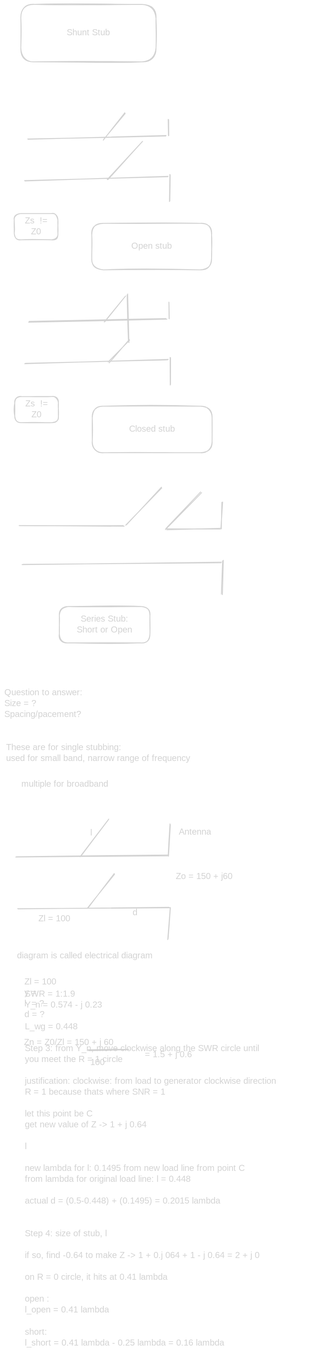
This is rf and microwave.excalidraw.svg from waraunika/Note-7thsem, a Excalidraw export, as it was before one commit. Source tidied: one line per element, renumbered; positions are measured from the earlier drawing's top-left corner, leaving out a move shared by most shapes.
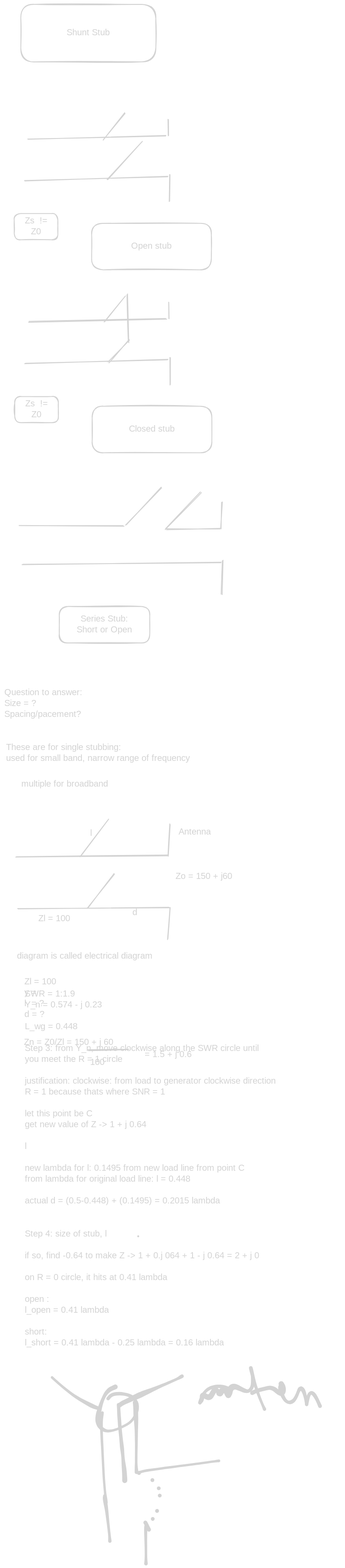
Above is the later version.

Diff of the diagram source:
```diff
@@ -51,3 +51,24 @@
 {"id": 50, "type": "text", "text": "d", "strokeColor": "#1e1e1e", "strokeWidth": 2, "roughness": 1, "fontSize": 20, "fontFamily": 5, "x": 293, "y": 2070, "width": 12, "height": 25}
 {"id": 51, "type": "text", "text": "l", "strokeColor": "#1e1e1e", "strokeWidth": 2, "roughness": 1, "fontSize": 20, "fontFamily": 5, "x": 196, "y": 1888, "width": 4, "height": 25}
 {"id": 52, "type": "text", "text": "diagram is called electrical diagram", "strokeColor": "#1e1e1e", "strokeWidth": 2, "roughness": 1, "fontSize": 20, "fontFamily": 5, "x": 29, "y": 2170, "width": 332, "height": 25}
+{"id": 53, "type": "freedraw", "strokeColor": "#1e1e1e", "strokeWidth": 2, "roughness": 1, "x": 238, "y": 3196, "width": 94, "height": 102, "points": [[0, 0], [4, -8], [13, -11], [29, -12], [44, -9], [57, -3], [68, 11], [68, 31], [57, 49], [46, 59], [22, 70], [7, 75], [-5, 75], [-14, 71], [-20, 64], [-23, 57], [-24, 51], [-24, 44], [-22, 35], [-18, 16], [-11, -2], [-6, -11], [-1, -17], [4, -21], [13, -25], [16, -27]]}
+{"id": 54, "type": "freedraw", "strokeColor": "#1e1e1e", "strokeWidth": 2, "roughness": 1, "x": 225, "y": 3229, "width": 11, "height": 206, "points": [[0, 0], [-1, 0], [-2, 3], [-2, 6], [-2, 11], [-3, 18], [-3, 27], [-2, 39], [-2, 54], [-1, 71], [0, 88], [1, 106], [2, 122], [3, 137], [3, 150], [4, 163], [5, 174], [6, 182], [7, 189], [7, 194], [8, 198], [8, 203], [8, 204], [8, 205], [8, 206], [8, 206]]}
+{"id": 55, "type": "freedraw", "strokeColor": "#1e1e1e", "strokeWidth": 2, "roughness": 1, "x": 299, "y": 3205, "width": 4, "height": 160, "points": [[0, 0], [0, 3], [1, 6], [1, 9], [2, 12], [2, 15], [2, 19], [2, 23], [2, 28], [2, 35], [3, 42], [3, 58], [3, 66], [3, 74], [3, 81], [3, 96], [3, 104], [3, 121], [3, 128], [3, 135], [3, 145], [3, 149], [3, 153], [3, 157], [4, 160], [4, 160]]}
+{"id": 56, "type": "freedraw", "strokeColor": "#1e1e1e", "strokeWidth": 2, "roughness": 1, "x": 262, "y": 3210, "width": 14, "height": 174, "points": [[0, 0], [0, 1], [0, 5], [0, 9], [0, 14], [1, 20], [1, 26], [2, 33], [2, 40], [3, 47], [3, 54], [4, 61], [5, 68], [5, 75], [6, 82], [6, 87], [7, 93], [8, 98], [8, 103], [10, 114], [10, 124], [11, 128], [11, 132], [11, 136], [12, 139], [12, 143], [13, 147], [13, 151], [13, 155], [14, 160], [14, 163], [14, 167], [14, 171], [14, 174], [14, 174]]}
+{"id": 57, "type": "freedraw", "strokeColor": "#1e1e1e", "strokeWidth": 2, "roughness": 1, "x": 309, "y": 3365, "width": 183, "height": 26, "points": [[0, 0], [0, -1], [2, -2], [7, -3], [15, -4], [26, -6], [38, -7], [53, -9], [70, -11], [87, -14], [104, -16], [121, -18], [135, -20], [148, -22], [159, -23], [168, -24], [176, -26], [182, -26], [182, -26]]}
+{"id": 58, "type": "freedraw", "strokeColor": "#1e1e1e", "strokeWidth": 2, "roughness": 1, "x": 308, "y": 3367, "width": 0, "height": 0, "points": [[0, 0], [0, 0]]}
+{"id": 59, "type": "freedraw", "strokeColor": "#1e1e1e", "strokeWidth": 2, "roughness": 1, "x": 308, "y": 3367, "width": 1, "height": 0, "points": [[0, 0], [1, 0], [0, 0]]}
+{"id": 60, "type": "freedraw", "strokeColor": "#1e1e1e", "strokeWidth": 2, "roughness": 1, "x": 339, "y": 3383, "width": 0, "height": 0, "points": [[0, 0], [0, 0]]}
+{"id": 61, "type": "freedraw", "strokeColor": "#1e1e1e", "strokeWidth": 2, "roughness": 1, "x": 354, "y": 3402, "width": 1, "height": 2, "points": [[0, 0], [0, 1], [1, 2], [0, 0]]}
+{"id": 62, "type": "freedraw", "strokeColor": "#1e1e1e", "strokeWidth": 2, "roughness": 1, "x": 356, "y": 3419, "width": 0, "height": 2, "points": [[0, 0], [0, 2], [0, 0]]}
+{"id": 63, "type": "freedraw", "strokeColor": "#1e1e1e", "strokeWidth": 2, "roughness": 1, "x": 350, "y": 3454, "width": 0, "height": 0, "points": [[0, 0], [0, 0]]}
+{"id": 64, "type": "freedraw", "strokeColor": "#1e1e1e", "strokeWidth": 2, "roughness": 1, "x": 340, "y": 3472, "width": 2, "height": 2, "points": [[0, 0], [-2, 2], [0, 0]]}
+{"id": 65, "type": "freedraw", "strokeColor": "#1e1e1e", "strokeWidth": 2, "roughness": 1, "x": 323, "y": 3481, "width": 3, "height": 1, "points": [[0, 0], [-2, 0], [-3, 1], [0, 0]]}
+{"id": 66, "type": "freedraw", "strokeColor": "#1e1e1e", "strokeWidth": 2, "roughness": 1, "x": 230, "y": 3419, "width": 13, "height": 104, "points": [[0, 0], [0, 0], [-1, 2], [-1, 6], [-1, 8], [1, 13], [2, 16], [3, 25], [5, 36], [6, 43], [7, 58], [8, 65], [10, 78], [11, 91], [11, 96], [12, 101], [12, 102], [12, 104], [12, 104]]}
+{"id": 67, "type": "freedraw", "strokeColor": "#1e1e1e", "strokeWidth": 2, "roughness": 1, "x": 323, "y": 3480, "width": 8, "height": 17, "points": [[0, 0], [1, -1], [1, 0], [3, 2], [6, 11], [8, 16], [8, 16]]}
+{"id": 68, "type": "freedraw", "strokeColor": "#1e1e1e", "strokeWidth": 2, "roughness": 1, "x": 325, "y": 3483, "width": 1, "height": 92, "points": [[0, 0], [0, 1], [-1, 4], [-1, 10], [-1, 18], [-1, 27], [-1, 38], [-1, 49], [-1, 60], [-1, 69], [-1, 77], [-1, 84], [-1, 89], [-1, 92], [-1, 92]]}
+{"id": 69, "type": "freedraw", "strokeColor": "#1e1e1e", "strokeWidth": 2, "roughness": 1, "x": 218, "y": 3219, "width": 109, "height": 72, "points": [[0, 0], [-2, 0], [-4, -1], [-7, -2], [-9, -3], [-11, -3], [-15, -5], [-20, -7], [-25, -10], [-39, -18], [-47, -23], [-57, -28], [-66, -34], [-75, -42], [-85, -50], [-94, -57], [-102, -65], [-109, -72], [-109, -72]]}
+{"id": 70, "type": "freedraw", "strokeColor": "#1e1e1e", "strokeWidth": 2, "roughness": 1, "x": 265, "y": 3211, "width": 143, "height": 66, "points": [[0, 0], [0, 0], [0, -1], [0, -2], [2, -3], [4, -4], [7, -6], [11, -7], [15, -9], [19, -10], [23, -12], [27, -14], [29, -15], [32, -17], [33, -17], [34, -18], [36, -18], [36, -18], [37, -19], [38, -19], [39, -20], [40, -20], [43, -21], [46, -23], [50, -25], [56, -27], [63, -30], [70, -33], [78, -37], [86, -40], [94, -44], [102, -47], [110, -51], [118, -54], [125, -57], [135, -62], [138, -63], [140, -64], [141, -65], [142, -65], [142, -66], [142, -66]]}
+{"id": 71, "type": "freedraw", "strokeColor": "#1e1e1e", "strokeWidth": 2, "roughness": 1, "x": 512, "y": 3172, "width": 149, "height": 96, "points": [[0, 0], [-13, -4], [-32, -3], [-52, 8], [-64, 31], [-63, 35], [-59, 28], [-59, 18], [-57, 14], [-49, 20], [-41, 22], [-35, 13], [-30, 4], [-25, 6], [-19, 13], [-17, 13], [-14, 7], [-10, 3], [-4, 7], [2, 17], [5, 11], [8, -2], [20, -3], [45, 9], [58, -7], [56, -38], [53, -48], [62, -8], [77, 33], [84, 49]]}
+{"id": 72, "type": "freedraw", "strokeColor": "#1e1e1e", "strokeWidth": 2, "roughness": 1, "x": 568, "y": 3183, "width": 155, "height": 52, "points": [[0, 0], [5, -4], [16, -7], [29, -10], [40, -12], [48, -11], [56, -5], [63, 1], [68, 2], [71, -2], [71, -13], [68, -20], [65, -21], [64, -8], [70, 11], [81, 24], [93, 23], [102, 9], [107, -7], [111, -13], [117, -8], [123, 12], [125, 28], [125, 25], [128, 8], [134, -4], [143, 3], [151, 19], [155, 30]]}
+{"id": 73, "type": "freedraw", "strokeColor": "#1e1e1e", "strokeWidth": 1, "roughness": 1, "x": 307, "y": 2824, "width": 0, "height": 0, "points": [[0, 0], [0, 0]]}
```
